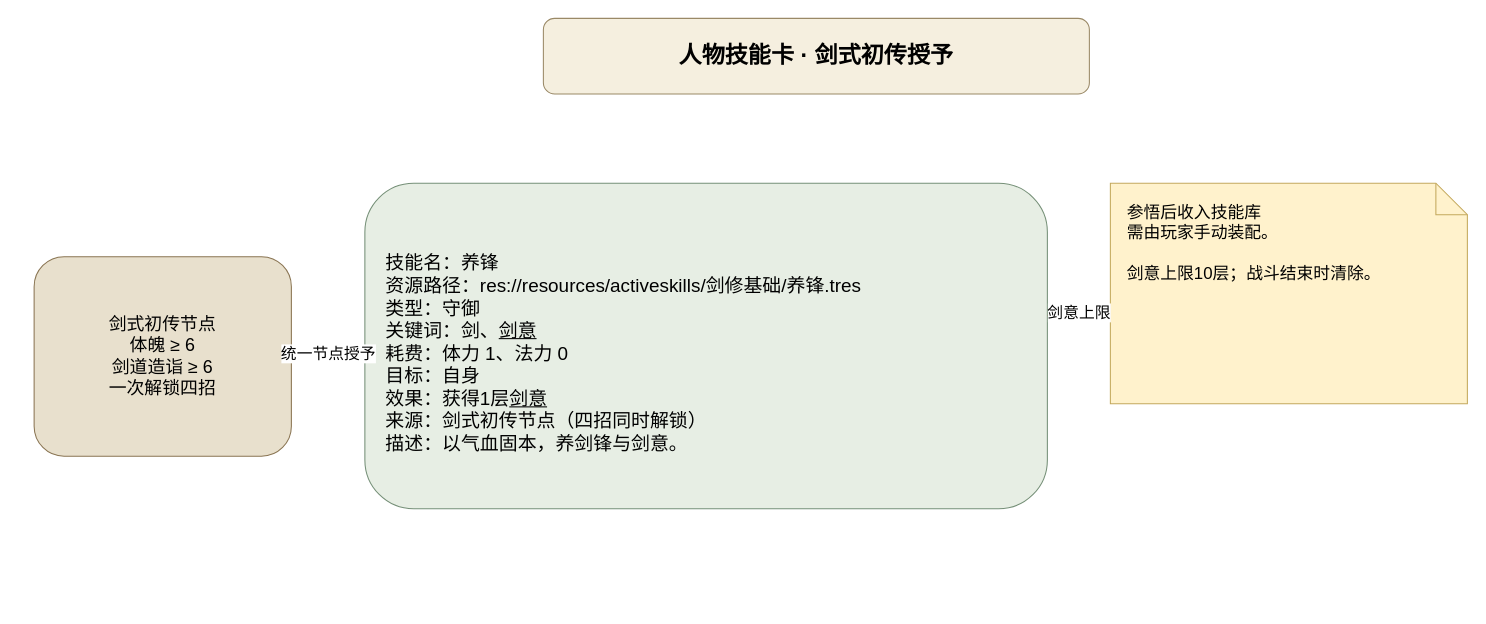
The draw.io diagram page "养锋" (1 of 2) of docs/卡牌词典/基础技能节点/养锋.drawio in ankundanetracyc-spec/tian-guan-you-du, before the edit. Source tidied: cells renumbered, new cells numbered last; positions are measured from the earlier drawing's top-left corner, leaving out a move shared by most shapes. Both pictures are drawn from the tidied source at 105%, with x=0, y=0 at pixel (34, 18).
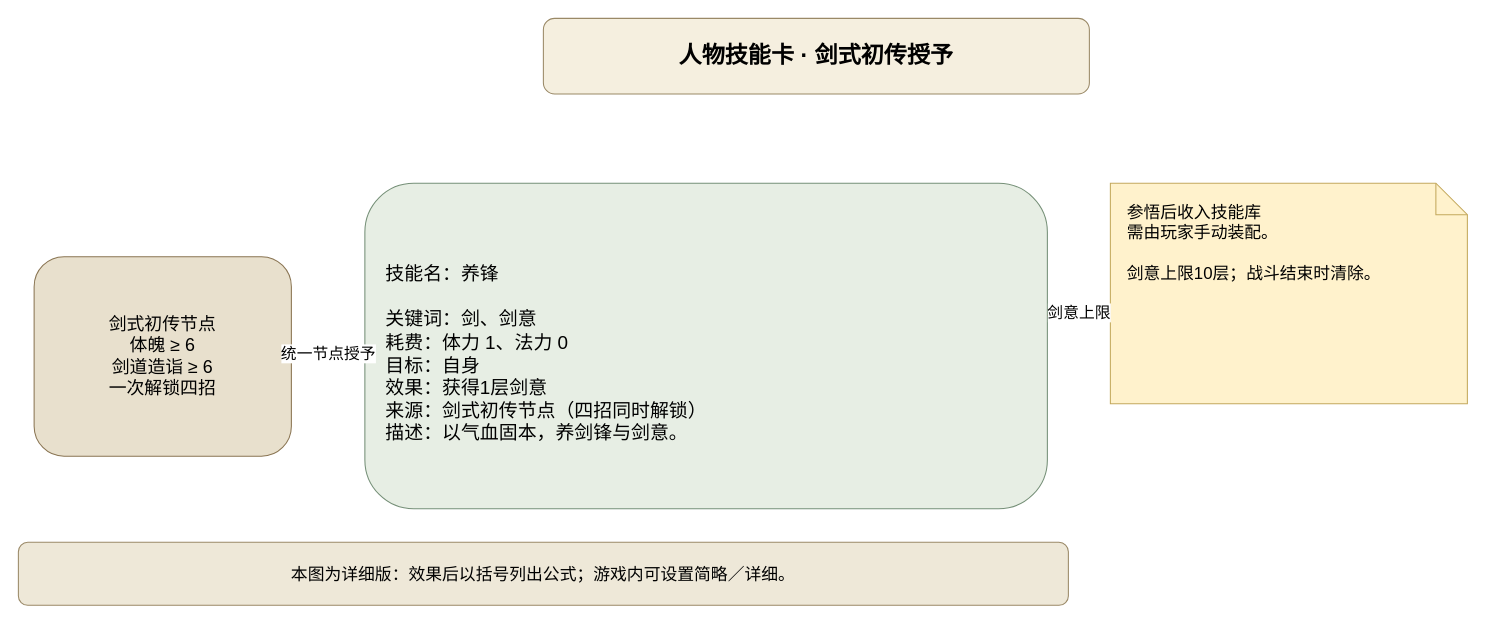
After the change.

The edit, as a diff of the source:
```diff
@@
 <mxGraphModel>
   <root>
     <mxCell id="0" />
     <mxCell id="1" parent="0" />
     <mxCell id="2" value="人物技能卡 · 剑式初传授予" style="rounded=1;whiteSpace=wrap;html=1;fillColor=#f5efdf;strokeColor=#9a8967;fontSize=22;fontStyle=1;" parent="1" vertex="1">
       <mxGeometry x="485" width="520" height="72" as="geometry" />
     </mxCell>
     <mxCell id="3" value="剑式初传节点&#10;体魄 ≥ 6&#10;剑道造诣 ≥ 6&#10;一次解锁四招" style="rounded=1;whiteSpace=wrap;html=1;fillColor=#e8e0cd;strokeColor=#8a7553;fontSize=17;" parent="1" vertex="1">
       <mxGeometry y="227" width="245" height="190" as="geometry" />
     </mxCell>
-    <mxCell id="4" value="技能名：养锋&#10;资源路径：res://resources/activeskills/剑修基础/养锋.tres&#10;类型：守御&#10;关键词：剑、&lt;u&gt;剑意&lt;/u&gt;&#10;耗费：体力 1、法力 0&#10;目标：自身&#10;效果：获得1层&lt;u&gt;剑意&lt;/u&gt;&#10;来源：剑式初传节点（四招同时解锁）&#10;描述：以气血固本，养剑锋与剑意。" style="rounded=1;whiteSpace=wrap;html=1;fillColor=#e7eee4;strokeColor=#769078;fontSize=18;align=left;spacingLeft=18;spacingTop=16;" parent="1" vertex="1">
+    <mxCell id="4" value="技能名：养锋&#10;&#10;关键词：剑、剑意&#10;耗费：体力 1、法力 0&#10;目标：自身&#10;效果：获得1层剑意&#10;来源：剑式初传节点（四招同时解锁）&#10;描述：以气血固本，养剑锋与剑意。" style="rounded=1;whiteSpace=wrap;html=1;fillColor=#e7eee4;strokeColor=#769078;fontSize=18;align=left;spacingLeft=18;spacingTop=16;" parent="1" vertex="1">
       <mxGeometry x="315" y="157" width="650" height="310" as="geometry" />
     </mxCell>
     <mxCell id="5" value="参悟后收入技能库&#10;需由玩家手动装配。&#10;&#10;剑意上限10层；战斗结束时清除。" style="shape=note;whiteSpace=wrap;html=1;fillColor=#fff2cc;strokeColor=#c4a95d;fontSize=16;align=left;verticalAlign=top;spacingLeft=14;spacingTop=12;" parent="1" vertex="1">
       <mxGeometry x="1025" y="157" width="340" height="210" as="geometry" />
     </mxCell>
     <mxCell id="6" value="统一节点授予" style="endArrow=block;html=1;strokeColor=#8a7553;fontSize=15;" parent="1" edge="1" source="3" target="4">
       <mxGeometry relative="1" as="geometry" />
     </mxCell>
     <mxCell id="7" value="剑意上限" style="endArrow=block;html=1;strokeColor=#8a7553;fontSize=15;" parent="1" edge="1" source="4" target="5">
       <mxGeometry relative="1" as="geometry" />
     </mxCell>
+    <mxCell id="8" value="本图为详细版：效果后以括号列出公式；游戏内可设置简略／详细。" style="rounded=1;whiteSpace=wrap;html=1;fillColor=#eee8d8;strokeColor=#9a8967;fontSize=16;" parent="1" vertex="1">
+      <mxGeometry x="-15" y="499" width="1000" height="60" as="geometry" />
+    </mxCell>
   </root>
 </mxGraphModel>
```
